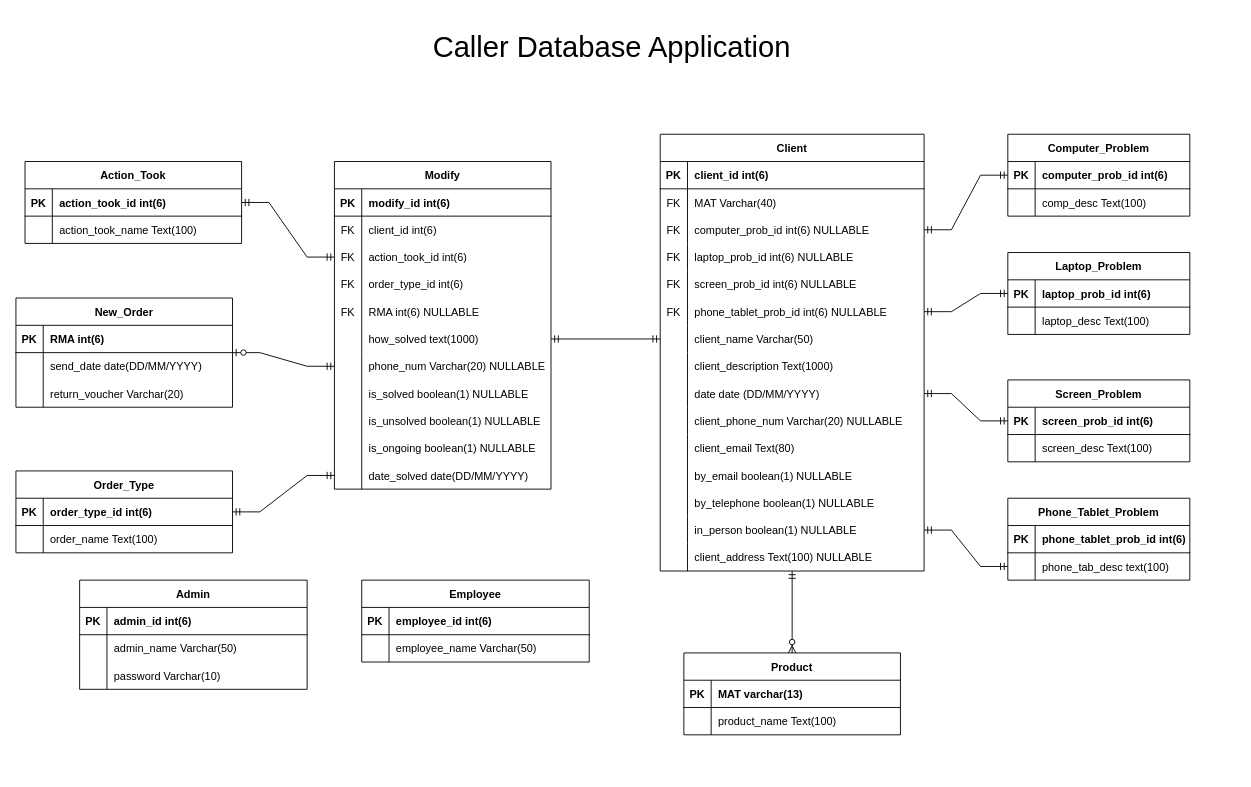
Above: deliverable 6/Del6ERD.drawio in D3153/SystemDevTermProject (draw.io), before the change. Source tidied: cells renumbered, new cells numbered last; positions are measured from the earlier drawing's top-left corner, leaving out a move shared by most shapes. Both pictures are drawn from the tidied source at 91%, with x=0, y=0 at pixel (15, 15).
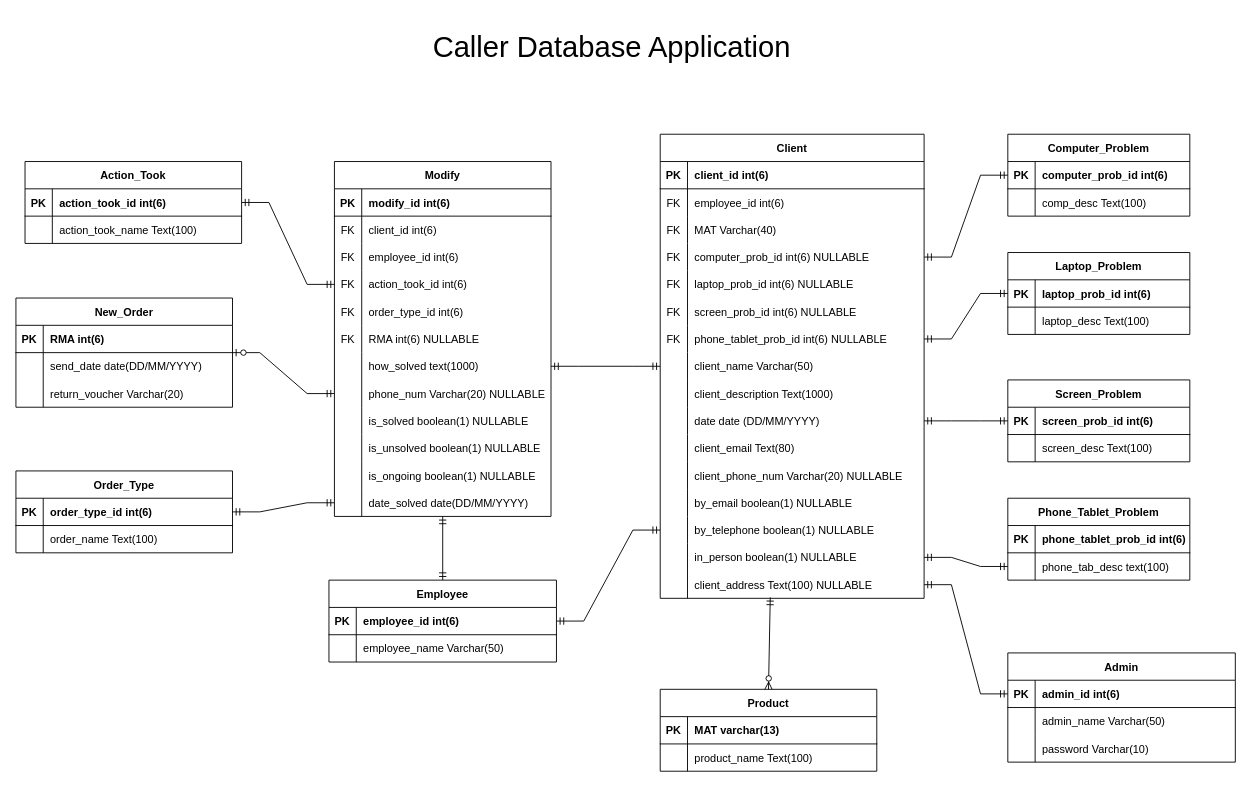
Above is the later version.

Commit message (it also covers changes not shown here):
Finalized del 6 doc and updated draw.io files

The change refers to these unchanged cells:
```xml
<mxCell id="49" style="shape=partialRectangle;fillColor=none;points=[[0,0.5],[1,0.5]];portConstraint=eastwest;top=0;left=0;right=0;bottom=1;" parent="48" vertex="1">
  <mxGeometry y="30" width="250" height="30" as="geometry" />
</mxCell>
<mxCell id="59" style="shape=partialRectangle;fillColor=none;points=[[0,0.5],[1,0.5]];portConstraint=eastwest;top=0;left=0;right=0;bottom=1;" parent="58" vertex="1">
  <mxGeometry y="30" width="250" height="30" as="geometry" />
</mxCell>
```

The edit, as a diff of the source:
```diff
@@
     <mxCell id="2" value="Client" style="shape=table;startSize=30;childLayout=tableLayout;rowLines=0;fontStyle=1;align=center;" parent="1" vertex="1">
-      <mxGeometry x="708" y="130" width="290" height="480" as="geometry" />
+      <mxGeometry x="708" y="130" width="290" height="510" as="geometry" />
     </mxCell>
@@
+    <mxCell id="168" style="shape=tableRow;horizontal=0;startSize=0;swimlaneHead=0;swimlaneBody=0;fillColor=none;top=0;left=0;right=0;bottom=0;" parent="2" vertex="1">
+      <mxGeometry y="60" width="290" height="30" as="geometry" />
+    </mxCell>
+    <mxCell id="169" value="FK" style="shape=partialRectangle;fillColor=none;top=0;left=0;bottom=0;right=0;overflow=hidden;" parent="168" vertex="1">
+      <mxGeometry width="30" height="30" as="geometry" />
+    </mxCell>
+    <mxCell id="170" value="employee_id int(6)" style="shape=partialRectangle;fillColor=none;top=0;left=0;bottom=0;right=0;align=left;spacingLeft=6;overflow=hidden;" parent="168" vertex="1">
+      <mxGeometry x="30" width="260" height="30" as="geometry" />
+    </mxCell>
     <mxCell id="6" style="shape=tableRow;horizontal=0;startSize=0;swimlaneHead=0;swimlaneBody=0;fillColor=none;top=0;left=0;right=0;bottom=0;" parent="2" vertex="1">
-      <mxGeometry y="60" width="290" height="30" as="geometry" />
+      <mxGeometry y="90" width="290" height="30" as="geometry" />
     </mxCell>
@@
     <mxCell id="9" style="shape=tableRow;horizontal=0;startSize=0;swimlaneHead=0;swimlaneBody=0;fillColor=none;points=[[0,0.5],[1,0.5]];portConstraint=eastwest;top=0;left=0;right=0;bottom=0;" parent="2" vertex="1">
-      <mxGeometry y="90" width="290" height="30" as="geometry" />
+      <mxGeometry y="120" width="290" height="30" as="geometry" />
     </mxCell>
@@
     <mxCell id="12" style="shape=tableRow;horizontal=0;startSize=0;swimlaneHead=0;swimlaneBody=0;fillColor=none;top=0;left=0;right=0;bottom=0;" parent="2" vertex="1">
-      <mxGeometry y="120" width="290" height="30" as="geometry" />
+      <mxGeometry y="150" width="290" height="30" as="geometry" />
     </mxCell>
@@
     <mxCell id="15" style="shape=tableRow;horizontal=0;startSize=0;swimlaneHead=0;swimlaneBody=0;fillColor=none;top=0;left=0;right=0;bottom=0;" parent="2" vertex="1">
-      <mxGeometry y="150" width="290" height="30" as="geometry" />
+      <mxGeometry y="180" width="290" height="30" as="geometry" />
     </mxCell>
@@
     <mxCell id="18" style="shape=tableRow;horizontal=0;startSize=0;swimlaneHead=0;swimlaneBody=0;fillColor=none;points=[[0,0.5],[1,0.5]];portConstraint=eastwest;top=0;left=0;right=0;bottom=0;" parent="2" vertex="1">
-      <mxGeometry y="180" width="290" height="30" as="geometry" />
+      <mxGeometry y="210" width="290" height="30" as="geometry" />
     </mxCell>
@@
     <mxCell id="21" style="shape=partialRectangle;fillColor=none;points=[[0,0.5],[1,0.5]];portConstraint=eastwest;top=0;left=0;right=0;bottom=0;" parent="2" vertex="1">
-      <mxGeometry y="210" width="290" height="30" as="geometry" />
+      <mxGeometry y="240" width="290" height="30" as="geometry" />
     </mxCell>
@@
     <mxCell id="24" style="shape=partialRectangle;fillColor=none;top=0;left=0;right=0;bottom=0;" parent="2" vertex="1">
-      <mxGeometry y="240" width="290" height="30" as="geometry" />
+      <mxGeometry y="270" width="290" height="30" as="geometry" />
     </mxCell>
@@
     <mxCell id="27" style="shape=partialRectangle;fillColor=none;points=[[0,0.5],[1,0.5]];portConstraint=eastwest;top=0;left=0;right=0;bottom=0;" parent="2" vertex="1">
-      <mxGeometry y="270" width="290" height="30" as="geometry" />
+      <mxGeometry y="300" width="290" height="30" as="geometry" />
     </mxCell>
@@
+    <mxCell id="33" style="shape=partialRectangle;fillColor=none;top=0;left=0;right=0;bottom=0;" parent="2" vertex="1">
+      <mxGeometry y="330" width="290" height="30" as="geometry" />
+    </mxCell>
+    <mxCell id="34" style="shape=partialRectangle;overflow=hidden;fillColor=none;top=0;left=0;bottom=0;right=0;" parent="33" vertex="1">
+      <mxGeometry width="30" height="30" as="geometry" />
+    </mxCell>
+    <mxCell id="35" value="client_email Text(80)" style="shape=partialRectangle;overflow=hidden;fillColor=none;top=0;left=0;bottom=0;right=0;align=left;spacingLeft=6;" parent="33" vertex="1">
+      <mxGeometry x="30" width="260" height="30" as="geometry" />
+    </mxCell>
     <mxCell id="30" style="shape=partialRectangle;fillColor=none;top=0;left=0;right=0;bottom=0;" parent="2" vertex="1">
-      <mxGeometry y="300" width="290" height="30" as="geometry" />
+      <mxGeometry y="360" width="290" height="30" as="geometry" />
     </mxCell>
@@
-    <mxCell id="33" style="shape=partialRectangle;fillColor=none;top=0;left=0;right=0;bottom=0;" parent="2" vertex="1">
-      <mxGeometry y="330" width="290" height="30" as="geometry" />
-    </mxCell>
-    <mxCell id="34" style="shape=partialRectangle;overflow=hidden;fillColor=none;top=0;left=0;bottom=0;right=0;" parent="33" vertex="1">
-      <mxGeometry width="30" height="30" as="geometry" />
-    </mxCell>
-    <mxCell id="35" value="client_email Text(80)" style="shape=partialRectangle;overflow=hidden;fillColor=none;top=0;left=0;bottom=0;right=0;align=left;spacingLeft=6;" parent="33" vertex="1">
-      <mxGeometry x="30" width="260" height="30" as="geometry" />
-    </mxCell>
     <mxCell id="36" style="shape=tableRow;horizontal=0;startSize=0;swimlaneHead=0;swimlaneBody=0;fillColor=none;top=0;left=0;right=0;bottom=0;" parent="2" vertex="1">
-      <mxGeometry y="360" width="290" height="30" as="geometry" />
+      <mxGeometry y="390" width="290" height="30" as="geometry" />
     </mxCell>
@@
     <mxCell id="39" style="shape=tableRow;horizontal=0;startSize=0;swimlaneHead=0;swimlaneBody=0;fillColor=none;points=[[0,0.5],[1,0.5]];portConstraint=eastwest;top=0;left=0;right=0;bottom=0;" parent="2" vertex="1">
-      <mxGeometry y="390" width="290" height="30" as="geometry" />
+      <mxGeometry y="420" width="290" height="30" as="geometry" />
     </mxCell>
@@
     <mxCell id="42" style="shape=partialRectangle;fillColor=none;points=[[0,0.5],[1,0.5]];portConstraint=eastwest;top=0;left=0;right=0;bottom=0;" parent="2" vertex="1">
-      <mxGeometry y="420" width="290" height="30" as="geometry" />
+      <mxGeometry y="450" width="290" height="30" as="geometry" />
     </mxCell>
@@
     <mxCell id="45" style="shape=partialRectangle;fillColor=none;points=[[0,0.5],[1,0.5]];portConstraint=eastwest;top=0;left=0;right=0;bottom=0;" parent="2" vertex="1">
-      <mxGeometry y="450" width="290" height="30" as="geometry" />
+      <mxGeometry y="480" width="290" height="30" as="geometry" />
     </mxCell>
@@
     <mxCell id="48" value="Admin" style="shape=table;startSize=30;childLayout=tableLayout;rowLines=0;fontStyle=1;align=center;" parent="1" vertex="1">
-      <mxGeometry x="70" y="620" width="250" height="120" as="geometry" />
+      <mxGeometry x="1090" y="700" width="250" height="120" as="geometry" />
     </mxCell>
@@
     <mxCell id="58" value="Employee" style="shape=table;startSize=30;childLayout=tableLayout;rowLines=0;fontStyle=1;align=center;" parent="1" vertex="1">
-      <mxGeometry x="380" y="620" width="250" height="90" as="geometry" />
+      <mxGeometry x="344" y="620" width="250" height="90" as="geometry" />
     </mxCell>
@@
     <mxCell id="107" value="Product" style="shape=table;startSize=30;childLayout=tableLayout;rowLines=0;fontStyle=1;align=center;" parent="1" vertex="1">
-      <mxGeometry x="734" y="700" width="238" height="90" as="geometry" />
+      <mxGeometry x="708" y="740" width="238" height="90" as="geometry" />
     </mxCell>
@@
     <mxCell id="114" value="Modify" style="shape=table;startSize=30;childLayout=tableLayout;rowLines=0;fontStyle=1;align=center;" parent="1" vertex="1">
-      <mxGeometry x="350" y="160" width="238" height="360" as="geometry" />
+      <mxGeometry x="350" y="160" width="238" height="390" as="geometry" />
     </mxCell>
@@
+    <mxCell id="171" style="shape=tableRow;horizontal=0;startSize=0;swimlaneHead=0;swimlaneBody=0;fillColor=none;top=0;left=0;right=0;bottom=0;" parent="114" vertex="1">
+      <mxGeometry y="90" width="238" height="30" as="geometry" />
+    </mxCell>
+    <mxCell id="172" value="FK" style="shape=partialRectangle;fillColor=none;top=0;left=0;bottom=0;right=0;overflow=hidden;" parent="171" vertex="1">
+      <mxGeometry width="30" height="30" as="geometry" />
+    </mxCell>
+    <mxCell id="173" value="employee_id int(6)" style="shape=partialRectangle;fillColor=none;top=0;left=0;bottom=0;right=0;align=left;spacingLeft=6;overflow=hidden;" parent="171" vertex="1">
+      <mxGeometry x="30" width="208" height="30" as="geometry" />
+    </mxCell>
     <mxCell id="121" style="shape=tableRow;horizontal=0;startSize=0;swimlaneHead=0;swimlaneBody=0;fillColor=none;points=[[0,0.5],[1,0.5]];portConstraint=eastwest;top=0;left=0;right=0;bottom=0;" parent="114" vertex="1">
-      <mxGeometry y="90" width="238" height="30" as="geometry" />
+      <mxGeometry y="120" width="238" height="30" as="geometry" />
     </mxCell>
@@
     <mxCell id="124" style="shape=partialRectangle;fillColor=none;top=0;left=0;right=0;bottom=0;" parent="114" vertex="1">
-      <mxGeometry y="120" width="238" height="30" as="geometry" />
+      <mxGeometry y="150" width="238" height="30" as="geometry" />
     </mxCell>
@@
     <mxCell id="127" style="shape=tableRow;horizontal=0;startSize=0;swimlaneHead=0;swimlaneBody=0;fillColor=none;top=0;left=0;right=0;bottom=0;" parent="114" vertex="1">
-      <mxGeometry y="150" width="238" height="30" as="geometry" />
+      <mxGeometry y="180" width="238" height="30" as="geometry" />
     </mxCell>
@@
     <mxCell id="130" style="shape=tableRow;horizontal=0;startSize=0;swimlaneHead=0;swimlaneBody=0;fillColor=none;points=[[0,0.5],[1,0.5]];portConstraint=eastwest;top=0;left=0;right=0;bottom=0;" parent="114" vertex="1">
-      <mxGeometry y="180" width="238" height="30" as="geometry" />
+      <mxGeometry y="210" width="238" height="30" as="geometry" />
     </mxCell>
@@
     <mxCell id="133" style="shape=tableRow;horizontal=0;startSize=0;swimlaneHead=0;swimlaneBody=0;fillColor=none;points=[[0,0.5],[1,0.5]];portConstraint=eastwest;top=0;left=0;right=0;bottom=0;" parent="114" vertex="1">
-      <mxGeometry y="210" width="238" height="30" as="geometry" />
+      <mxGeometry y="240" width="238" height="30" as="geometry" />
     </mxCell>
@@
     <mxCell id="136" style="shape=tableRow;horizontal=0;startSize=0;swimlaneHead=0;swimlaneBody=0;fillColor=none;top=0;left=0;right=0;bottom=0;" parent="114" vertex="1">
-      <mxGeometry y="240" width="238" height="30" as="geometry" />
+      <mxGeometry y="270" width="238" height="30" as="geometry" />
     </mxCell>
@@
     <mxCell id="139" style="shape=tableRow;horizontal=0;startSize=0;swimlaneHead=0;swimlaneBody=0;fillColor=none;top=0;left=0;right=0;bottom=0;" parent="114" vertex="1">
-      <mxGeometry y="270" width="238" height="30" as="geometry" />
+      <mxGeometry y="300" width="238" height="30" as="geometry" />
     </mxCell>
@@
     <mxCell id="142" style="shape=tableRow;horizontal=0;startSize=0;swimlaneHead=0;swimlaneBody=0;fillColor=none;top=0;left=0;right=0;bottom=0;" parent="114" vertex="1">
-      <mxGeometry y="300" width="238" height="30" as="geometry" />
+      <mxGeometry y="330" width="238" height="30" as="geometry" />
     </mxCell>
@@
     <mxCell id="145" style="shape=tableRow;horizontal=0;startSize=0;swimlaneHead=0;swimlaneBody=0;fillColor=none;points=[[0,0.5],[1,0.5]];portConstraint=eastwest;top=0;left=0;right=0;bottom=0;" parent="114" vertex="1">
-      <mxGeometry y="330" width="238" height="30" as="geometry" />
+      <mxGeometry y="360" width="238" height="30" as="geometry" />
     </mxCell>
@@
-    <mxCell id="162" style="fontSize=12;html=1;endArrow=ERzeroToMany;startArrow=ERmandOne;rounded=0;entryX=0.5;entryY=0;entryDx=0;entryDy=0;" parent="1" edge="1" source="45" target="107">
+    <mxCell id="162" style="fontSize=12;html=1;endArrow=ERzeroToMany;startArrow=ERmandOne;rounded=0;entryX=0.5;entryY=0;entryDx=0;entryDy=0;exitX=0.417;exitY=0.967;exitDx=0;exitDy=0;exitPerimeter=0;" parent="1" edge="1" source="45" target="107">
       <mxGeometry relative="1" as="geometry" />
     </mxCell>
@@
+    <mxCell id="174" style="edgeStyle=entityRelationEdgeStyle;fontSize=12;html=1;endArrow=ERmandOne;startArrow=ERmandOne;rounded=0;entryX=0;entryY=0.5;entryDx=0;entryDy=0;exitX=1;exitY=0.5;exitDx=0;exitDy=0;" parent="1" edge="1" source="59" target="39">
+      <mxGeometry relative="1" as="geometry" />
+    </mxCell>
+    <mxCell id="175" style="fontSize=12;html=1;endArrow=ERmandOne;startArrow=ERmandOne;rounded=0;" parent="1" edge="1" source="58" target="145">
+      <mxGeometry relative="1" as="geometry" />
+    </mxCell>
+    <mxCell id="176" style="edgeStyle=entityRelationEdgeStyle;fontSize=12;html=1;endArrow=ERmandOne;startArrow=ERmandOne;rounded=0;exitX=0;exitY=0.5;exitDx=0;exitDy=0;" parent="1" edge="1" source="49" target="45">
+      <mxGeometry relative="1" as="geometry" />
+    </mxCell>
```
